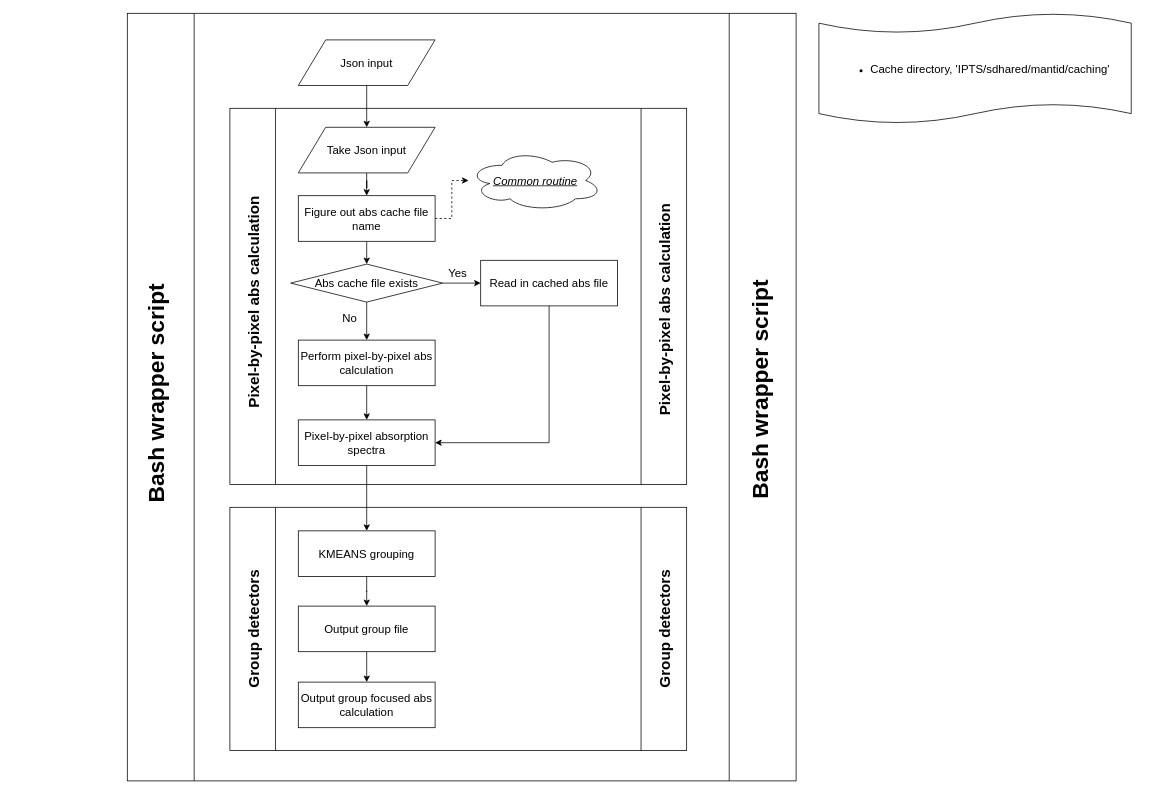
Earlier version of the draw.io diagram Dev/2023/MTS/Abs_pre-calc.dio (Kvieta1990/Working_Proj). Source tidied: cells renumbered, new cells numbered last; positions are measured from the earlier drawing's top-left corner, leaving out a move shared by most shapes. Both pictures are drawn from the tidied source at 76%, with x=0, y=0 at pixel (13, 13).
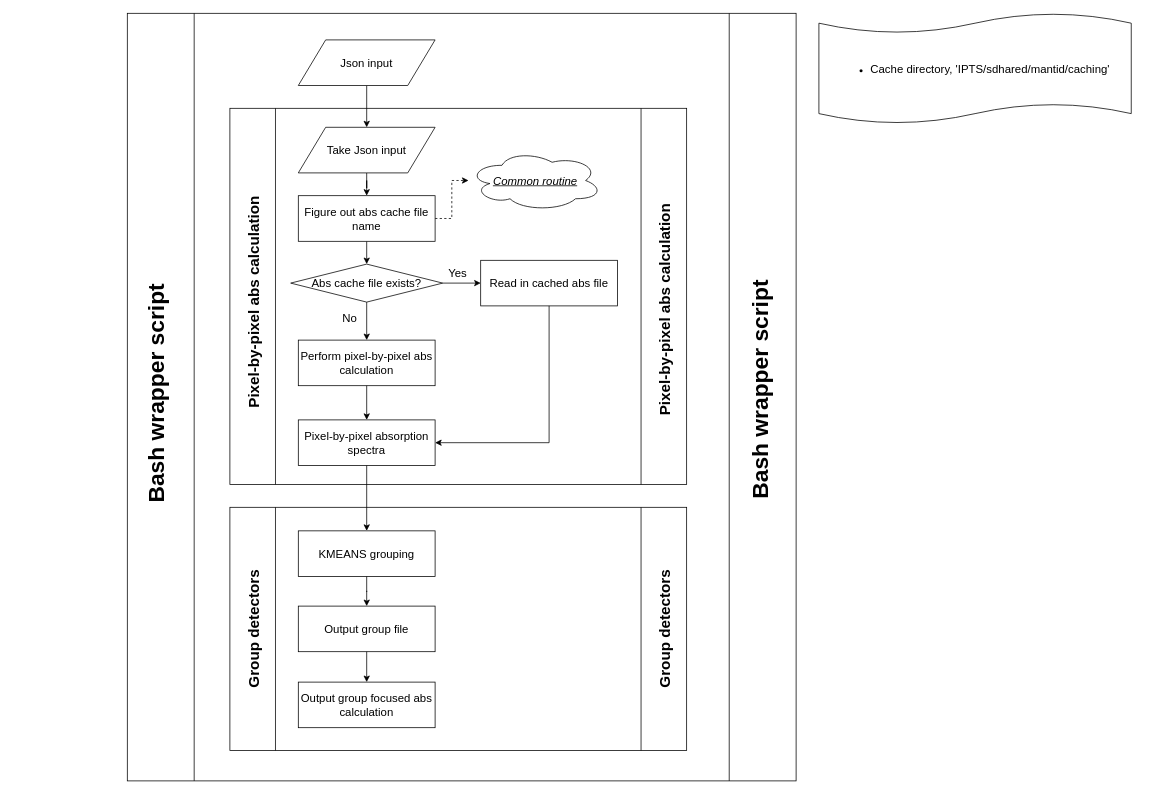
Above is the later version.

The change refers to these unchanged cells:
```xml
<mxCell id="14" style="group;" parent="3" vertex="1">
  <mxGeometry x="365" y="150" width="430" height="445" as="geometry" />
</mxCell>
```

Diff of the diagram source:
```diff
@@
-    <mxCell id="15" value="&lt;font style=&quot;font-size: 15px&quot;&gt;Abs cache file exists&lt;/font&gt;" style="rhombus;whiteSpace=wrap;html=1;" parent="14" vertex="1">
+    <mxCell id="15" value="&lt;font style=&quot;font-size: 15px&quot;&gt;Abs cache file exists?&lt;/font&gt;" style="rhombus;whiteSpace=wrap;html=1;" parent="14" vertex="1">
       <mxGeometry y="180" width="200" height="50" as="geometry" />
     </mxCell>
```
